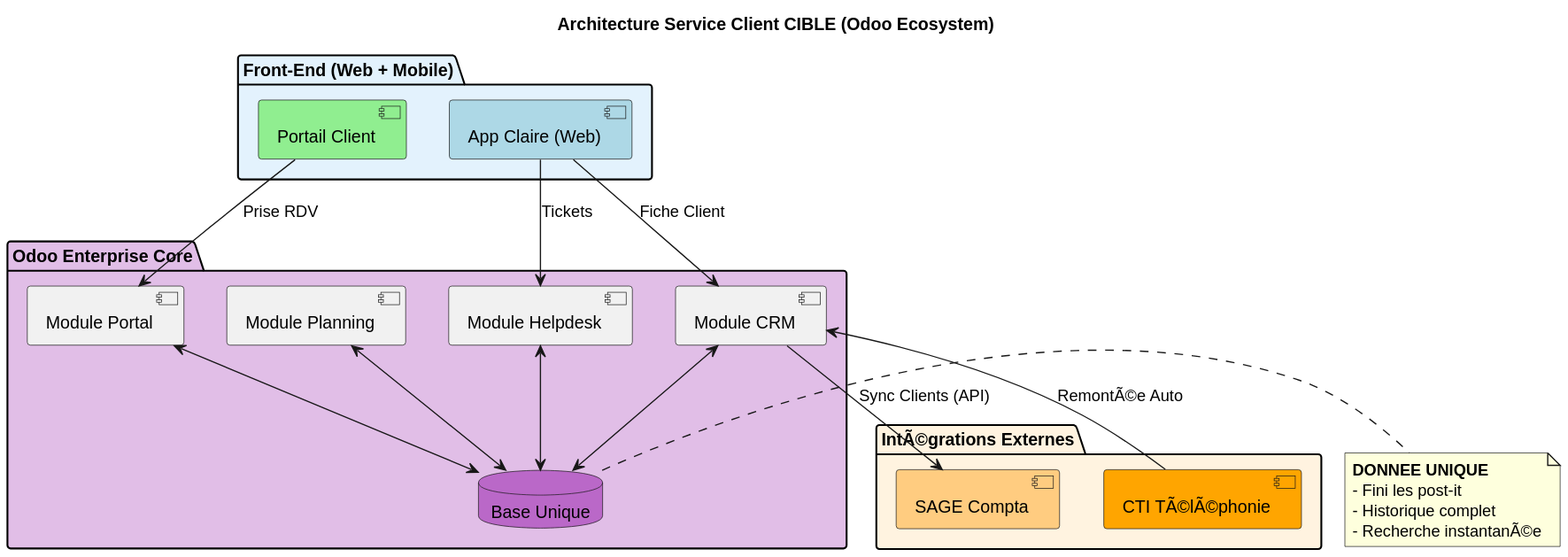
This is Audit_Duret_$/Services/Service-Client/uml/svg/Component_Architecture_Cible.svg from JordanSerafini/Audit_Duret, a PlantUML export, as it was before one commit. Its diagram source:
```plantuml
@startuml
title Architecture Service Client CIBLE (Odoo Ecosystem)

package "Front-End (Web + Mobile)" #E3F2FD {
  [Portail Client] as Portal #90EE90
  [App Claire (Web)] as WebClaire #ADD8E6
}

package "Odoo Enterprise Core" #E1BEE7 {
  [Module CRM] as ModCRM
  [Module Helpdesk] as ModHelpdesk
  [Module Planning] as ModPlanning
  [Module Portal] as ModPortal

  database "Base Unique" as DB #BA68C8

  ModCRM <--> DB
  ModHelpdesk <--> DB
  ModPlanning <--> DB
  ModPortal <--> DB
}

package "IntÃ©grations Externes" #FFF3E0 {
  [CTI TÃ©lÃ©phonie] as CTI #FFA500
  [SAGE Compta] as SAGE #FFCC80
}

Portal --> ModPortal : Prise RDV
WebClaire --> ModCRM : Fiche Client
WebClaire --> ModHelpdesk : Tickets
CTI --> ModCRM : RemontÃ©e Auto
ModCRM --> SAGE : Sync Clients (API)

note right of DB
  **DONNEE UNIQUE**
  - Fini les post-it
  - Historique complet
  - Recherche instantanÃ©e
end note
@enduml
```
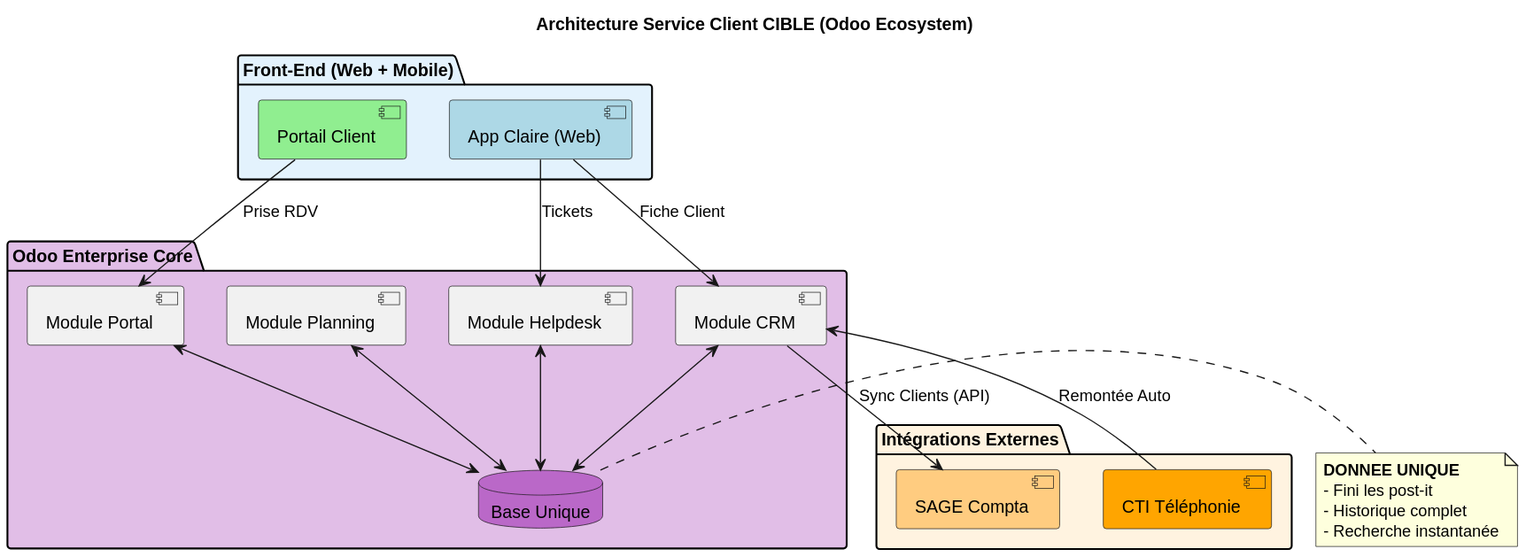
After the change.

What changed in the source:
```diff
@@ -20,21 +20,21 @@
   ModPortal <--> DB
 }
 
-package "IntÃ©grations Externes" #FFF3E0 {
-  [CTI TÃ©lÃ©phonie] as CTI #FFA500
+package "Intégrations Externes" #FFF3E0 {
+  [CTI Téléphonie] as CTI #FFA500
   [SAGE Compta] as SAGE #FFCC80
 }
 
 Portal --> ModPortal : Prise RDV
 WebClaire --> ModCRM : Fiche Client
 WebClaire --> ModHelpdesk : Tickets
-CTI --> ModCRM : RemontÃ©e Auto
+CTI --> ModCRM : Remontée Auto
 ModCRM --> SAGE : Sync Clients (API)
 
 note right of DB
   **DONNEE UNIQUE**
   - Fini les post-it
   - Historique complet
-  - Recherche instantanÃ©e
+  - Recherche instantanée
 end note
 @enduml
```
